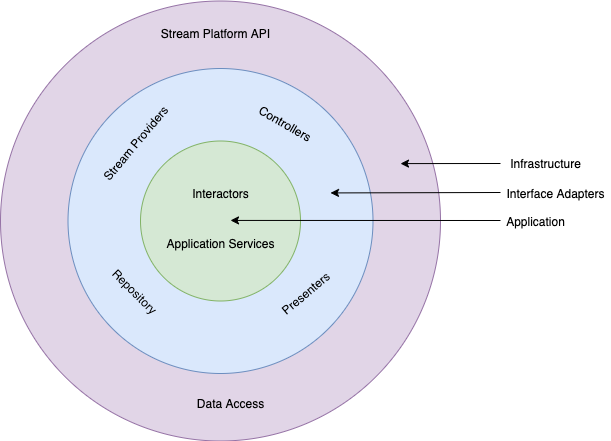
kerryconvery/game-stream-search-public keeps this draw.io diagram as documentation/Game-Stream-Search-Architecture.png. Above is the earlier version. Source tidied: cells renumbered, new cells last; positions are measured from the earlier drawing's top-left corner, leaving out a move shared by most shapes.
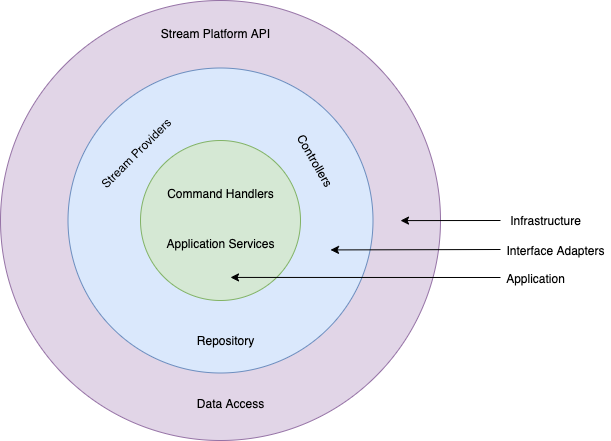
Later version of the same file.

Commit message:
Updated service diagrams

Diff of the diagram source:
```diff
@@ -2,65 +2,62 @@
   <root>
     <mxCell id="0" />
     <mxCell id="1" parent="0" />
-    <mxCell id="2" style="ellipse;whiteSpace=wrap;html=1;fillColor=#e1d5e7;strokeColor=#9673a6;" parent="1" vertex="1">
-      <mxGeometry y="-0.5" width="440" height="440" as="geometry" />
-    </mxCell>
-    <mxCell id="3" style="ellipse;whiteSpace=wrap;html=1;fillColor=#dae8fc;strokeColor=#6c8ebf;" parent="1" vertex="1">
-      <mxGeometry x="67.5" y="67" width="305" height="305" as="geometry" />
-    </mxCell>
-    <mxCell id="4" style="ellipse;whiteSpace=wrap;html=1;fillColor=#d5e8d4;strokeColor=#82b366;" parent="1" vertex="1">
-      <mxGeometry x="140" y="139.5" width="160" height="160" as="geometry" />
-    </mxCell>
+    <mxCell id="19" style="ellipse;whiteSpace=wrap;html=1;fillColor=#e1d5e7;strokeColor=#9673a6;" parent="1" vertex="1">
+      <mxGeometry x="220" y="342" width="440" height="440" as="geometry" />
+    </mxCell>
+    <mxCell id="20" style="ellipse;whiteSpace=wrap;html=1;fillColor=#dae8fc;strokeColor=#6c8ebf;" parent="1" vertex="1">
+      <mxGeometry x="287.5" y="409.5" width="305" height="305" as="geometry" />
+    </mxCell>
+    <mxCell id="21" style="ellipse;whiteSpace=wrap;html=1;fillColor=#d5e8d4;strokeColor=#82b366;" parent="1" vertex="1">
+      <mxGeometry x="360" y="482" width="160" height="160" as="geometry" />
+    </mxCell>
     <mxCell id="5" value="Application Services" style="text;html=1;align=center;verticalAlign=middle;fillColor=none;strokeColor=none;rounded=0;" parent="1" vertex="1">
-      <mxGeometry x="160" y="232" width="120" height="20" as="geometry" />
+      <mxGeometry x="380" y="574.5" width="120" height="20" as="geometry" />
     </mxCell>
     <mxCell id="6" value="Stream Platform API" style="text;html=1;align=center;verticalAlign=middle;fillColor=none;strokeColor=none;rounded=0;rotation=0;" parent="1" vertex="1">
-      <mxGeometry x="155" y="22" width="120" height="20" as="geometry" />
+      <mxGeometry x="375" y="364.5" width="120" height="20" as="geometry" />
     </mxCell>
-    <mxCell id="7" value="Controllers" style="text;html=1;align=center;verticalAlign=middle;fillColor=none;strokeColor=none;rounded=0;rotation=30;" parent="1" vertex="1">
-      <mxGeometry x="250" y="112" width="70" height="20" as="geometry" />
+    <mxCell id="7" value="Controllers" style="text;html=1;align=center;verticalAlign=middle;fillColor=none;strokeColor=none;rounded=0;rotation=60;" parent="1" vertex="1">
+      <mxGeometry x="500" y="492" width="70" height="20" as="geometry" />
     </mxCell>
-    <mxCell id="8" value="Repository" style="text;html=1;align=center;verticalAlign=middle;fillColor=none;strokeColor=none;rounded=0;rotation=45;" parent="1" vertex="1">
-      <mxGeometry x="100" y="279.5" width="70" height="20" as="geometry" />
+    <mxCell id="8" value="Repository" style="text;html=1;align=center;verticalAlign=middle;fillColor=none;strokeColor=none;rounded=0;rotation=0;" parent="1" vertex="1">
+      <mxGeometry x="410" y="672" width="70" height="20" as="geometry" />
     </mxCell>
     <mxCell id="9" value="Data Access" style="text;html=1;align=center;verticalAlign=middle;fillColor=none;strokeColor=none;rounded=0;rotation=0;" parent="1" vertex="1">
-      <mxGeometry x="190" y="392" width="80" height="20" as="geometry" />
+      <mxGeometry x="410" y="734.5" width="80" height="20" as="geometry" />
     </mxCell>
-    <mxCell id="10" value="Interactors" style="text;html=1;align=center;verticalAlign=middle;fillColor=none;strokeColor=none;rounded=0;rotation=0;" parent="1" vertex="1">
-      <mxGeometry x="185" y="182" width="70" height="20" as="geometry" />
-    </mxCell>
-    <mxCell id="11" value="Presenters" style="text;html=1;align=center;verticalAlign=middle;fillColor=none;strokeColor=none;rounded=0;rotation=-40;" parent="1" vertex="1">
-      <mxGeometry x="270" y="282" width="70" height="20" as="geometry" />
-    </mxCell>
-    <mxCell id="12" style="endArrow=classic;html=1;entryX=0.793;entryY=0.215;entryDx=0;entryDy=0;entryPerimeter=0;" parent="1" edge="1">
-      <mxGeometry relative="1" as="geometry">
-        <mxPoint x="500" y="191" as="sourcePoint" />
-        <mxPoint x="330" y="191.4" as="targetPoint" />
-      </mxGeometry>
-    </mxCell>
-    <mxCell id="13" style="endArrow=classic;html=1;entryX=0.793;entryY=0.215;entryDx=0;entryDy=0;entryPerimeter=0;" parent="1" edge="1">
-      <mxGeometry relative="1" as="geometry">
-        <mxPoint x="500" y="219" as="sourcePoint" />
-        <mxPoint x="230" y="218.9" as="targetPoint" />
-      </mxGeometry>
-    </mxCell>
-    <mxCell id="14" style="endArrow=classic;html=1;entryX=0.793;entryY=0.215;entryDx=0;entryDy=0;entryPerimeter=0;" parent="1" edge="1">
-      <mxGeometry relative="1" as="geometry">
-        <mxPoint x="500" y="162" as="sourcePoint" />
-        <mxPoint x="400" y="162.1" as="targetPoint" />
-      </mxGeometry>
-    </mxCell>
+    <mxCell id="22" value="Command Handlers" style="text;html=1;align=center;verticalAlign=middle;fillColor=none;strokeColor=none;rounded=0;rotation=0;" parent="1" vertex="1">
+      <mxGeometry x="380" y="524.5" width="120" height="20" as="geometry" />
+    </mxCell>
+    <mxCell id="23" style="endArrow=classic;html=1;entryX=0.793;entryY=0.215;entryDx=0;entryDy=0;entryPerimeter=0;" parent="1" edge="1">
+      <mxGeometry relative="1" as="geometry">
+        <mxPoint x="720" y="591" as="sourcePoint" />
+        <mxPoint x="550" y="591.4" as="targetPoint" />
+      </mxGeometry>
+    </mxCell>
+    <mxCell id="24" style="endArrow=classic;html=1;entryX=0.793;entryY=0.215;entryDx=0;entryDy=0;entryPerimeter=0;" parent="1" edge="1">
+      <mxGeometry relative="1" as="geometry">
+        <mxPoint x="720" y="619" as="sourcePoint" />
+        <mxPoint x="450" y="618.9" as="targetPoint" />
+      </mxGeometry>
+    </mxCell>
+    <mxCell id="25" style="endArrow=classic;html=1;entryX=0.793;entryY=0.215;entryDx=0;entryDy=0;entryPerimeter=0;" parent="1" edge="1">
+      <mxGeometry relative="1" as="geometry">
+        <mxPoint x="720" y="562" as="sourcePoint" />
+        <mxPoint x="620" y="562.1" as="targetPoint" />
+      </mxGeometry>
+    </mxCell>
     <mxCell id="15" value="Infrastructure" style="text;html=1;align=center;verticalAlign=middle;fillColor=none;strokeColor=none;rounded=0;" parent="1" vertex="1">
-      <mxGeometry x="500" y="152" width="90" height="20" as="geometry" />
+      <mxGeometry x="720" y="552" width="90" height="20" as="geometry" />
     </mxCell>
     <mxCell id="16" value="Interface Adapters" style="text;html=1;align=center;verticalAlign=middle;fillColor=none;strokeColor=none;rounded=0;" parent="1" vertex="1">
-      <mxGeometry x="500" y="182" width="110" height="20" as="geometry" />
+      <mxGeometry x="720" y="582" width="110" height="20" as="geometry" />
     </mxCell>
     <mxCell id="17" value="Application" style="text;html=1;align=center;verticalAlign=middle;fillColor=none;strokeColor=none;rounded=0;" parent="1" vertex="1">
-      <mxGeometry x="500" y="209.5" width="70" height="20" as="geometry" />
+      <mxGeometry x="720" y="609.5" width="70" height="20" as="geometry" />
     </mxCell>
-    <mxCell id="18" value="Stream Providers" style="text;html=1;align=center;verticalAlign=middle;fillColor=none;strokeColor=none;rounded=0;rotation=-50;" parent="1" vertex="1">
-      <mxGeometry x="80" y="132" width="110" height="20" as="geometry" />
+    <mxCell id="18" value="Stream Providers" style="text;html=1;align=center;verticalAlign=middle;fillColor=none;strokeColor=none;rounded=0;rotation=-45;" parent="1" vertex="1">
+      <mxGeometry x="300" y="484.5" width="110" height="20" as="geometry" />
     </mxCell>
   </root>
 </mxGraphModel>
```
